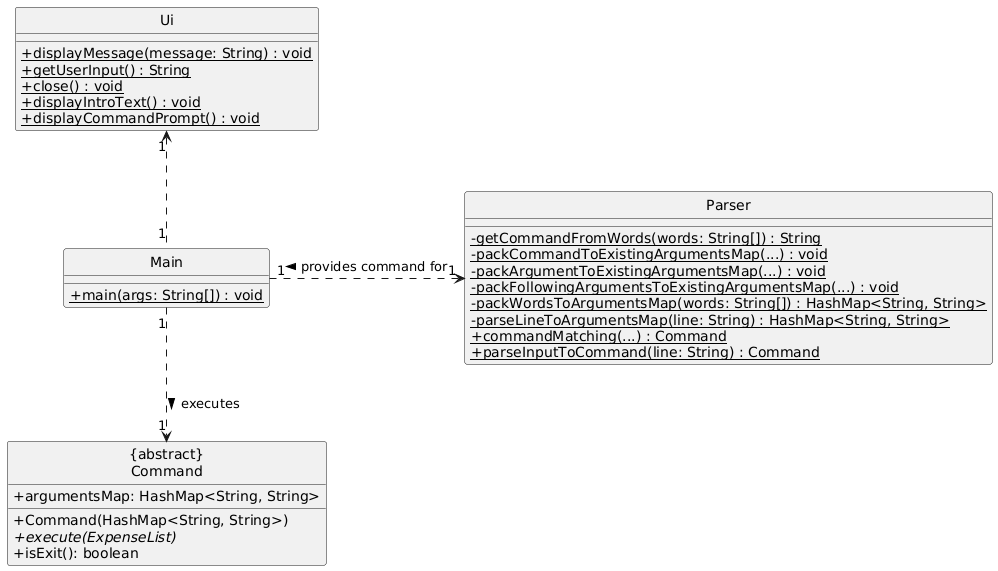
nus-cs2113-AY2425S1/tp keeps this PlantUML diagram as docs/diagrams/images/UiToCommand.png. Above is the earlier version.
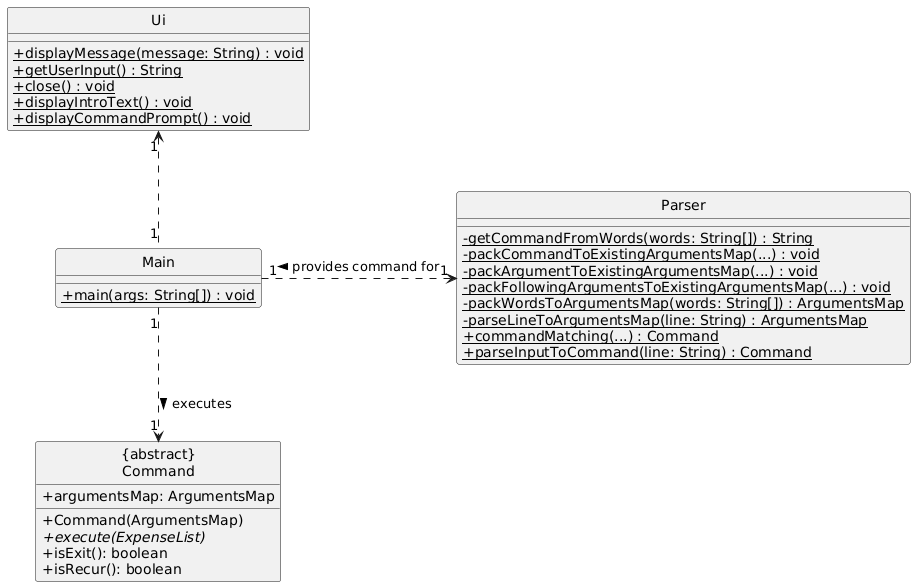
Later version of the same file.

Commit message:
Update DG class diagram with ArgumentsMap

Diff of the diagram source:
```diff
@@ -19,17 +19,18 @@
     -packCommandToExistingArgumentsMap(...) {static} : void
     -packArgumentToExistingArgumentsMap(...) {static} : void
     -packFollowingArgumentsToExistingArgumentsMap(...) {static} : void
-    -packWordsToArgumentsMap(words: String[]) {static} : HashMap<String, String>
-    -parseLineToArgumentsMap(line: String) {static} : HashMap<String, String>
+    -packWordsToArgumentsMap(words: String[]) {static} : ArgumentsMap
+    -parseLineToArgumentsMap(line: String) {static} : ArgumentsMap
     +commandMatching(...) {static} : Command
     +parseInputToCommand(line: String) {static} : Command
 }
 
 class "{abstract}\nCommand" {
-    +argumentsMap: HashMap<String, String>
-    +Command(HashMap<String, String>)
+    +argumentsMap: ArgumentsMap
+    +Command(ArgumentsMap)
     +execute(ExpenseList) {abstract}
     +isExit(): boolean
+    +isRecur(): boolean
 }
 
 
```
